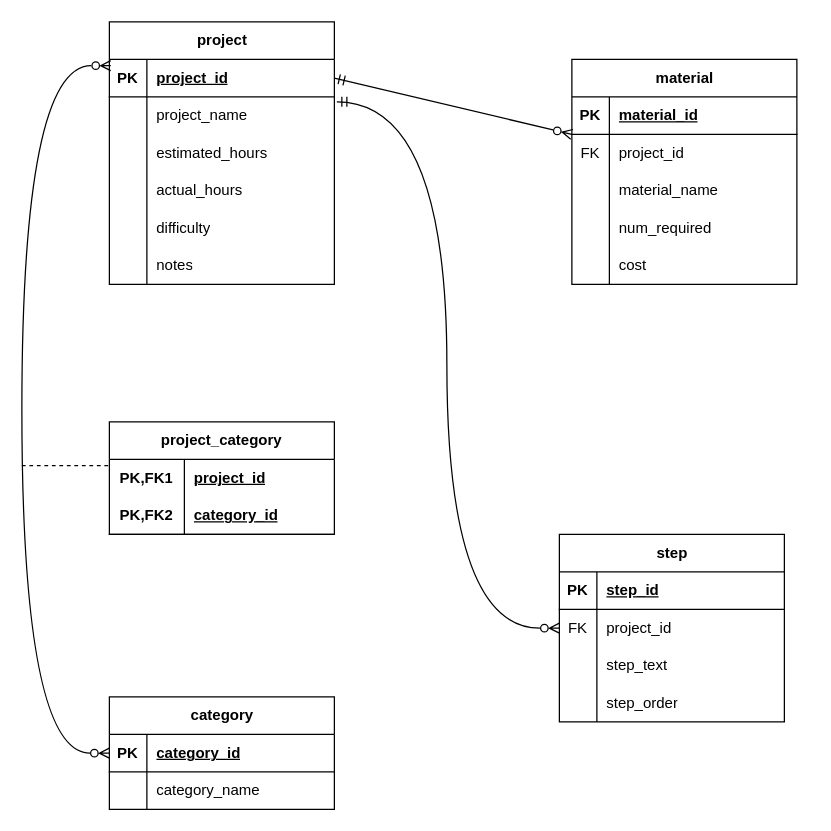
tnuse/Projects keeps this draw.io diagram as Projects_diagram.drawio. Above is the earlier version. Source tidied: cells renumbered, new cells numbered last; positions are measured from the earlier drawing's top-left corner, leaving out a move shared by most shapes. Both pictures are drawn from the tidied source at 125%, with x=0, y=0 at pixel (21, 21).
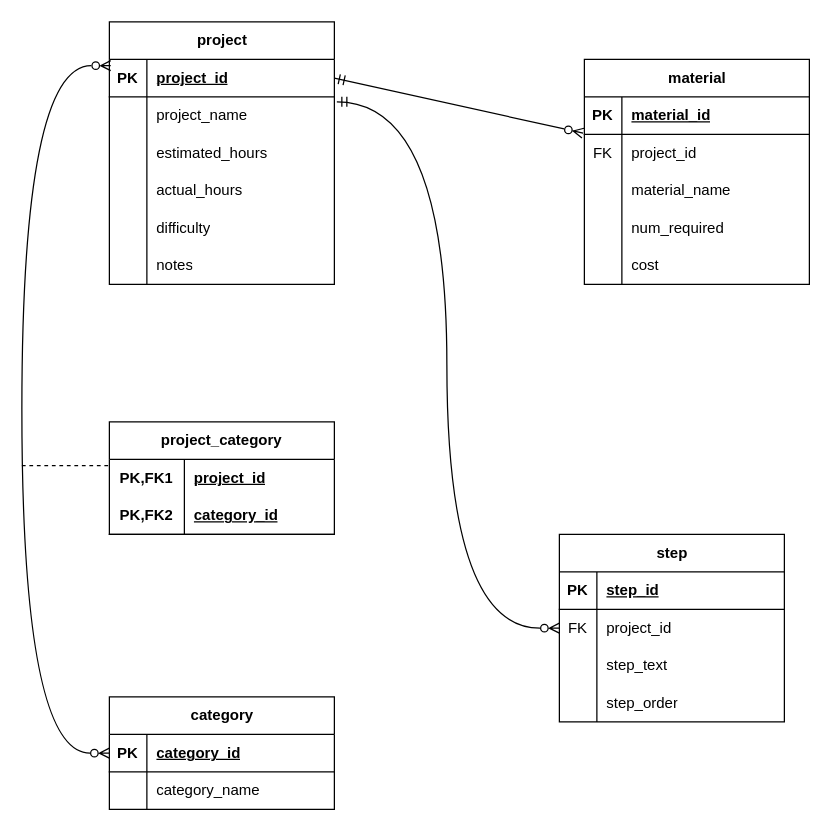
Above is the later version.

The change refers to these unchanged cells:
```xml
<mxCell id="3" style="shape=tableRow;horizontal=0;startSize=0;swimlaneHead=0;swimlaneBody=0;fillColor=none;points=[[0,0.5],[1,0.5]];portConstraint=eastwest;top=0;left=0;right=0;bottom=1;" parent="2" vertex="1">
  <mxGeometry y="30" width="180" height="30" as="geometry" />
</mxCell>
<mxCell id="39" style="shape=tableRow;horizontal=0;startSize=0;swimlaneHead=0;swimlaneBody=0;fillColor=none;points=[[0,0.5],[1,0.5]];portConstraint=eastwest;top=0;left=0;right=0;bottom=0;" parent="35" vertex="1">
  <mxGeometry y="60" width="180" height="30" as="geometry" />
</mxCell>
```

The edit, as a diff of the source:
```diff
@@
     <mxCell id="35" value="material" style="shape=table;startSize=30;childLayout=tableLayout;rowLines=0;fontStyle=1;align=center;html=1;" parent="1" vertex="1">
-      <mxGeometry x="440" y="30" width="180" height="180" as="geometry" />
+      <mxGeometry x="450" y="30" width="180" height="180" as="geometry" />
     </mxCell>
@@
-    <mxCell id="66" style="fontSize=12;html=1;endArrow=ERzeroToMany;endFill=0;rounded=0;exitX=1;exitY=0.5;exitDx=0;exitDy=0;entryX=0;entryY=0.5;entryDx=0;entryDy=0;startArrow=ERmandOne;startFill=0;" parent="1" edge="1" source="3">
-      <mxGeometry relative="1" as="geometry">
-        <mxPoint x="440" y="90" as="targetPoint" />
-      </mxGeometry>
+    <mxCell id="66" style="fontSize=12;html=1;endArrow=ERzeroToMany;endFill=0;rounded=0;exitX=1;exitY=0.5;exitDx=0;exitDy=0;entryX=-0.006;entryY=-0.033;entryDx=0;entryDy=0;startArrow=ERmandOne;startFill=0;entryPerimeter=0;" parent="1" edge="1" source="3" target="39">
+      <mxGeometry relative="1" as="geometry" />
     </mxCell>
```
